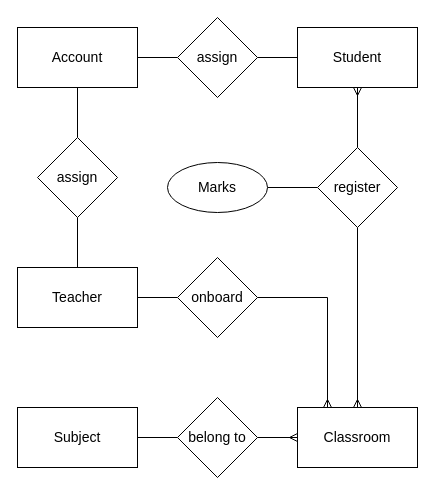
Before: page "ERD" (2 of 2) of design.drawio in phuongbv00/aptech_crm, a draw.io diagram. Source tidied: cells renumbered, new cells numbered last; positions are measured from the earlier drawing's top-left corner, leaving out a move shared by most shapes. Both pictures are drawn from the tidied source at 100%, with x=0, y=0 at pixel (17, 17).
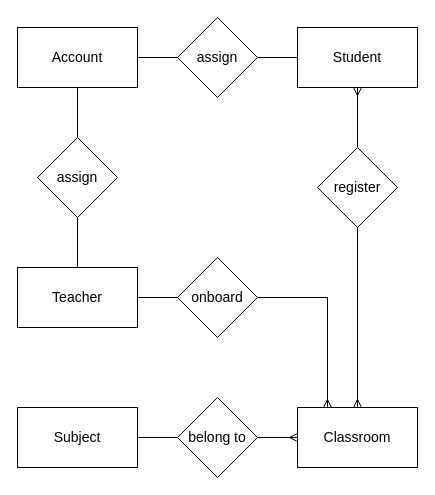
Above is the later version.

The change refers to these unchanged cells:
```xml
<mxCell id="14" value="register" style="rhombus;whiteSpace=wrap;html=1;fontSize=14;" parent="1" vertex="1">
  <mxGeometry x="300" y="130" width="80" height="80" as="geometry" />
</mxCell>
```

What changed in the source:
```diff
@@
-    <mxCell id="13" style="edgeStyle=orthogonalEdgeStyle;rounded=0;jettySize=auto;html=1;exitX=0;exitY=0.5;exitDx=0;exitDy=0;entryX=1;entryY=0.5;entryDx=0;entryDy=0;endArrow=none;endFill=0;fontSize=14;" parent="1" edge="1" source="14" target="15">
-      <mxGeometry relative="1" as="geometry" />
-    </mxCell>
@@
-    <mxCell id="15" value="Marks" style="ellipse;whiteSpace=wrap;html=1;fontSize=14;" parent="1" vertex="1">
-      <mxGeometry x="150" y="145" width="100" height="50" as="geometry" />
-    </mxCell>
```
